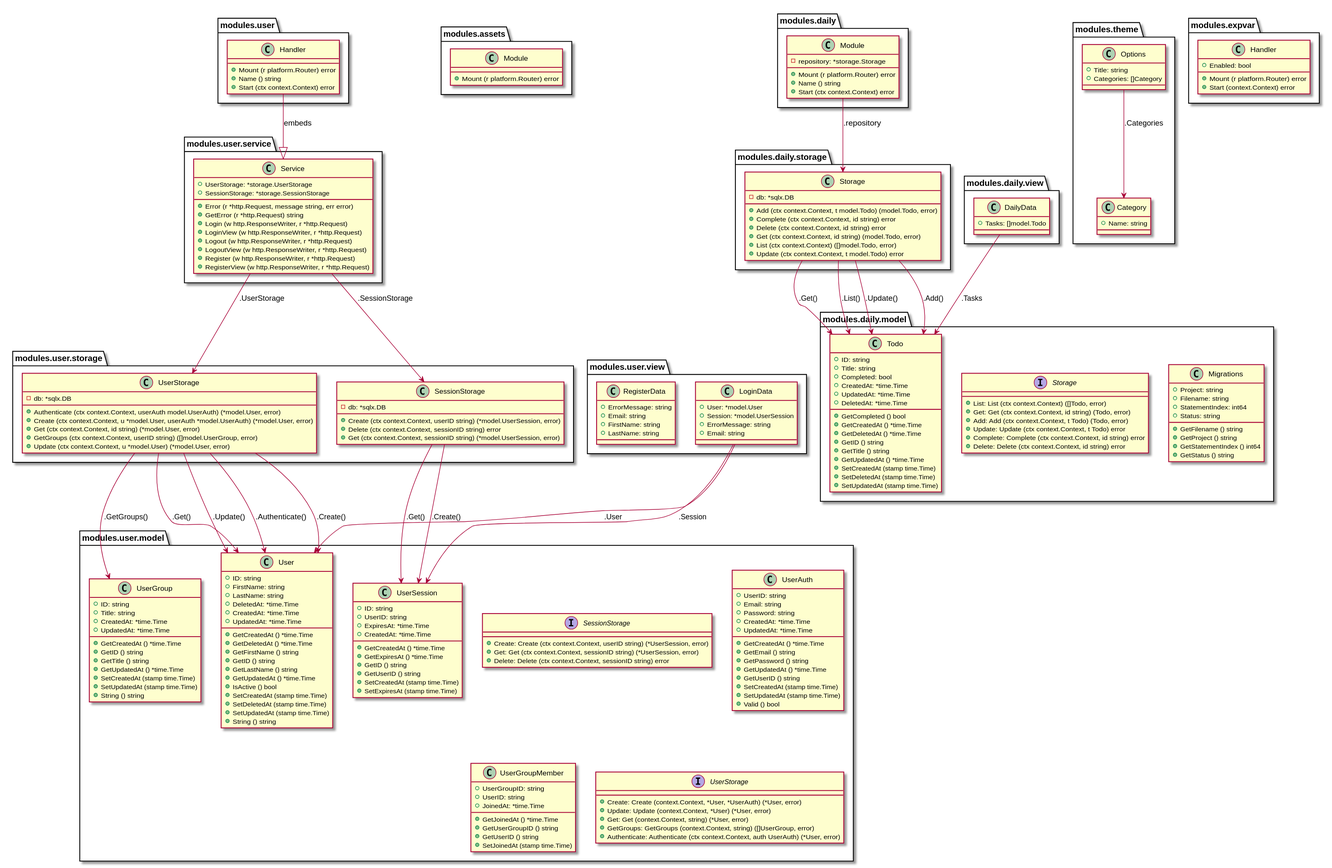
This is docs/structure.svg from titpetric/platform-app, a PlantUML export, as it was before one commit.
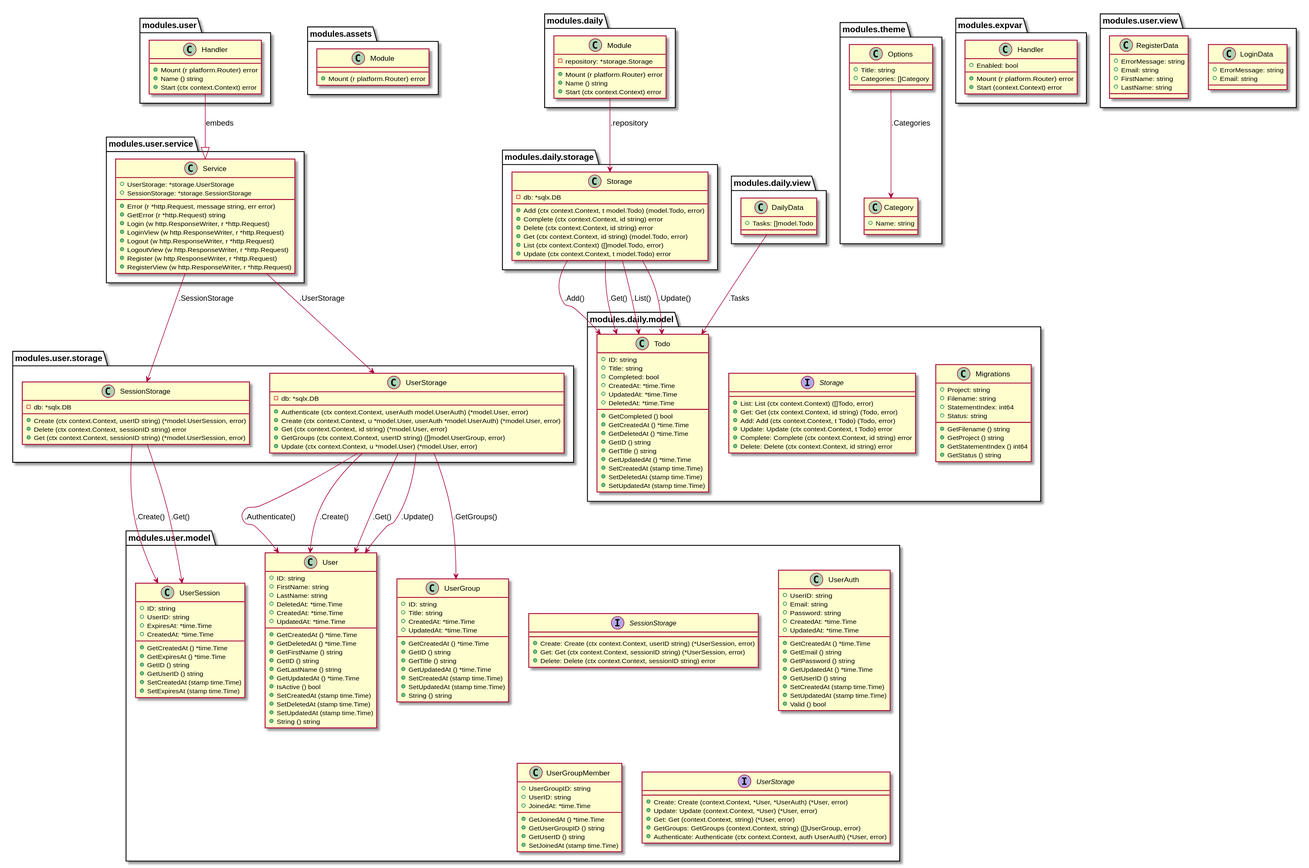
Above is the later version.

Commit message:
Remove user.LoginData model vars

What changed in the source:
```diff
@@ -182,8 +182,6 @@
 }
 
 class "modules.user.view.LoginData" {
-  + User: *model.User
-  + Session: *model.UserSession
   + ErrorMessage: string
   + Email: string
 }
@@ -247,8 +245,6 @@
 "modules.user.storage.UserStorage" --> "modules.user.model.User" : .Get()
 "modules.user.storage.UserStorage" --> "modules.user.model.UserGroup" : .GetGroups()
 "modules.user.storage.UserStorage" --> "modules.user.model.User" : .Update()
-"modules.user.view.LoginData" --> "modules.user.model.User" : .User
-"modules.user.view.LoginData" --> "modules.user.model.UserSession" : .Session
 
 
 "modules.user.service.Service" --> "modules.user.storage.UserStorage" : .UserStorage
```
